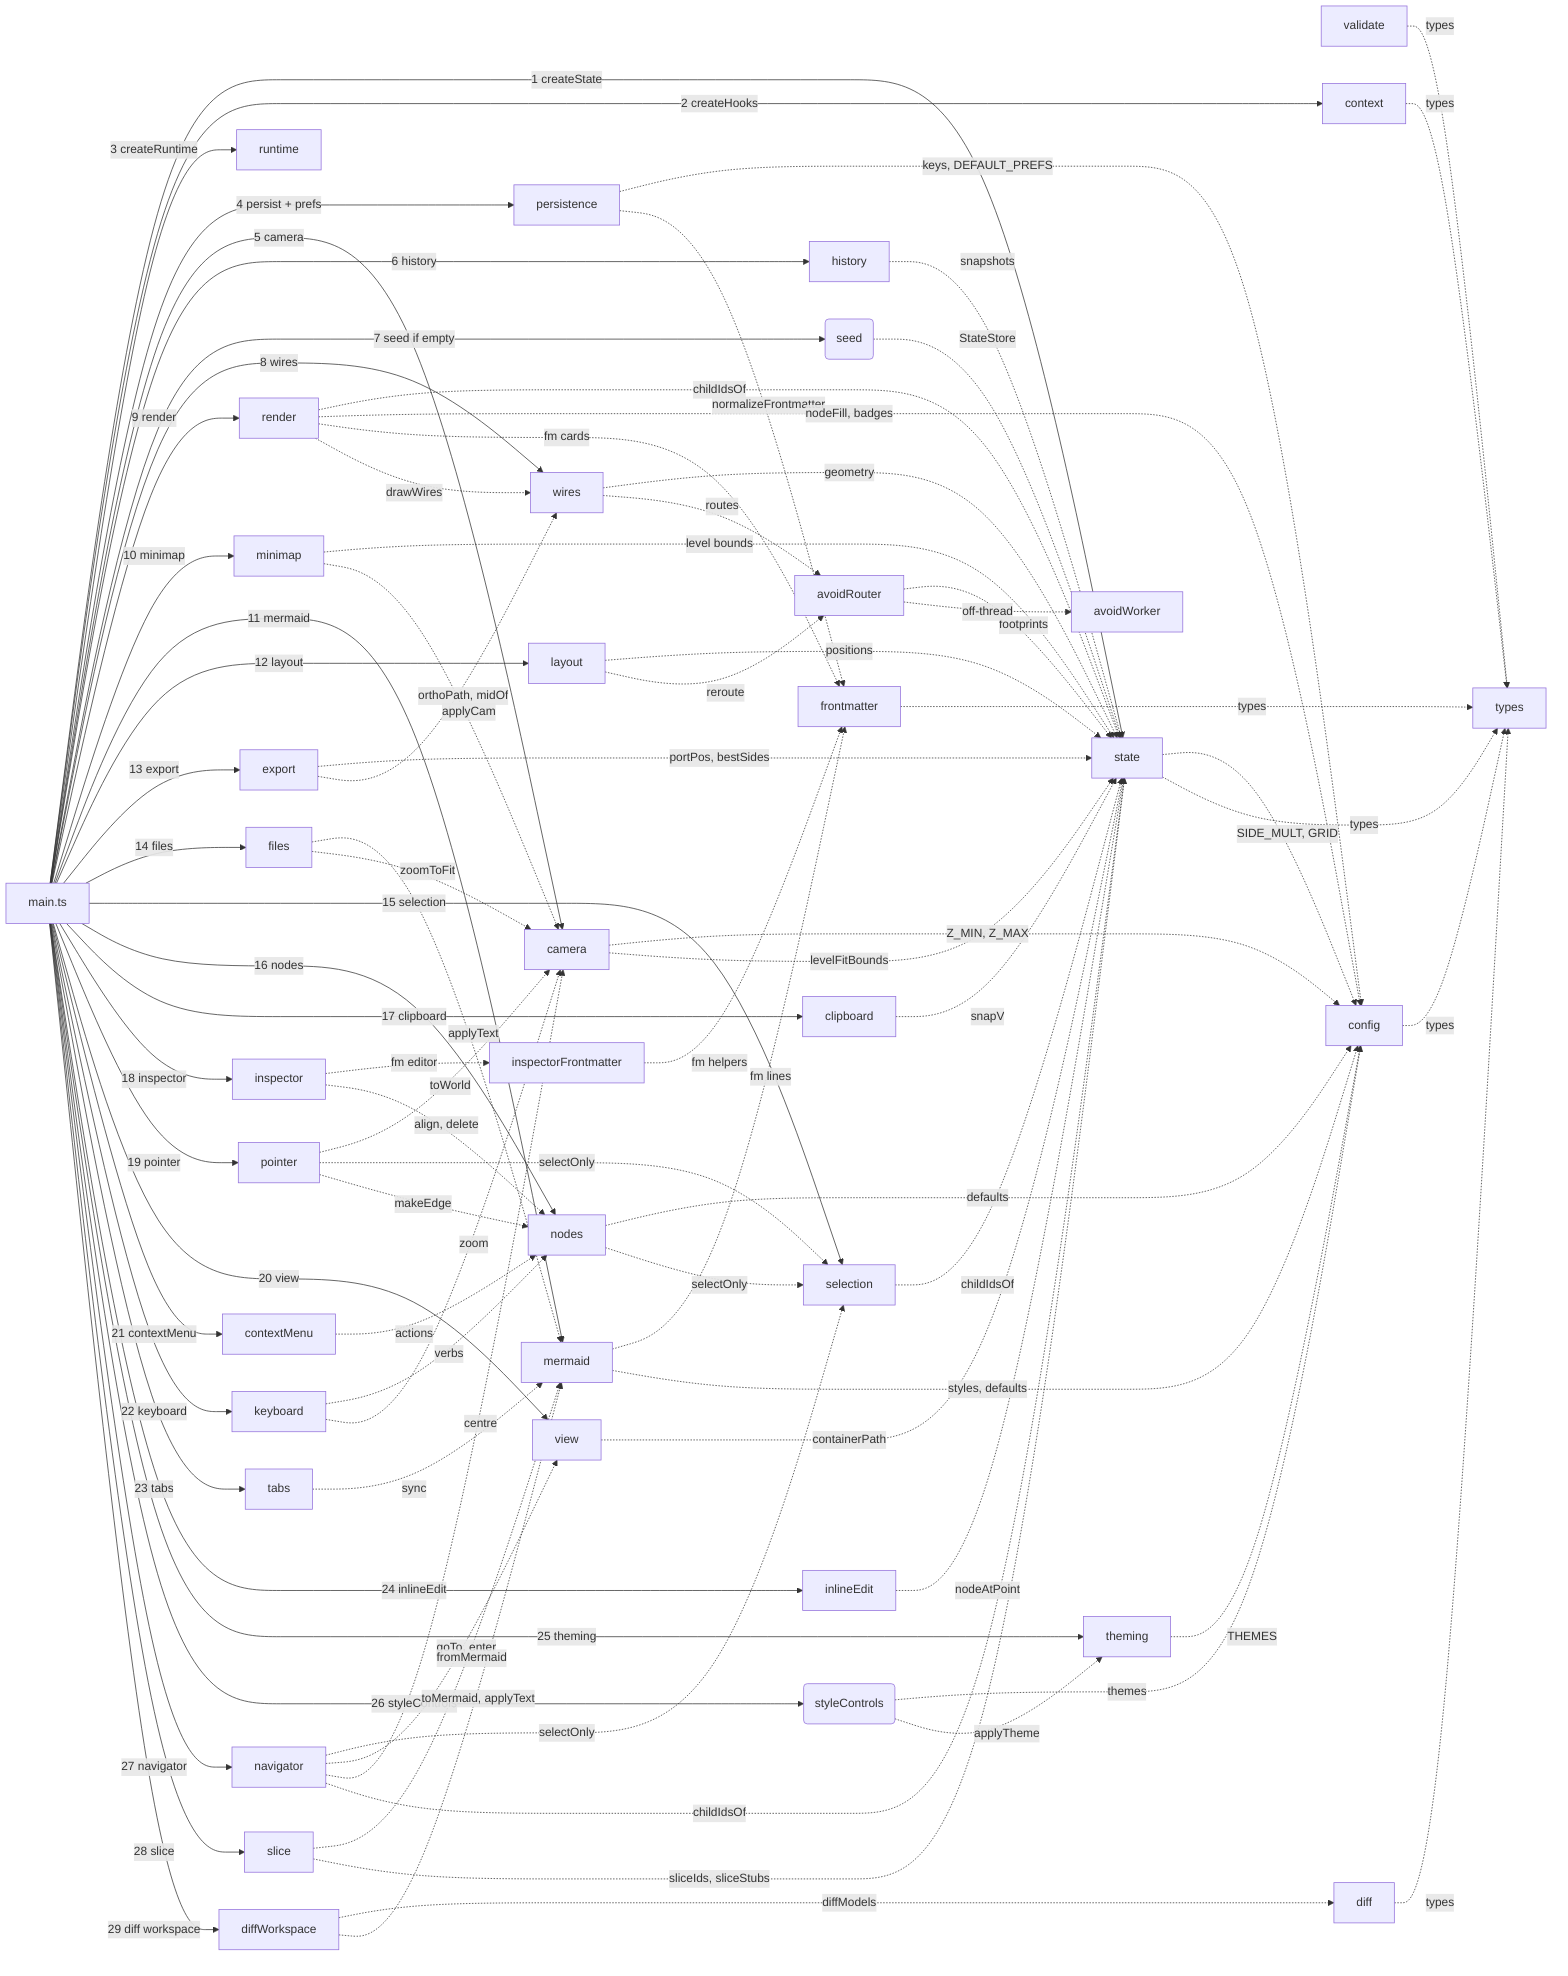
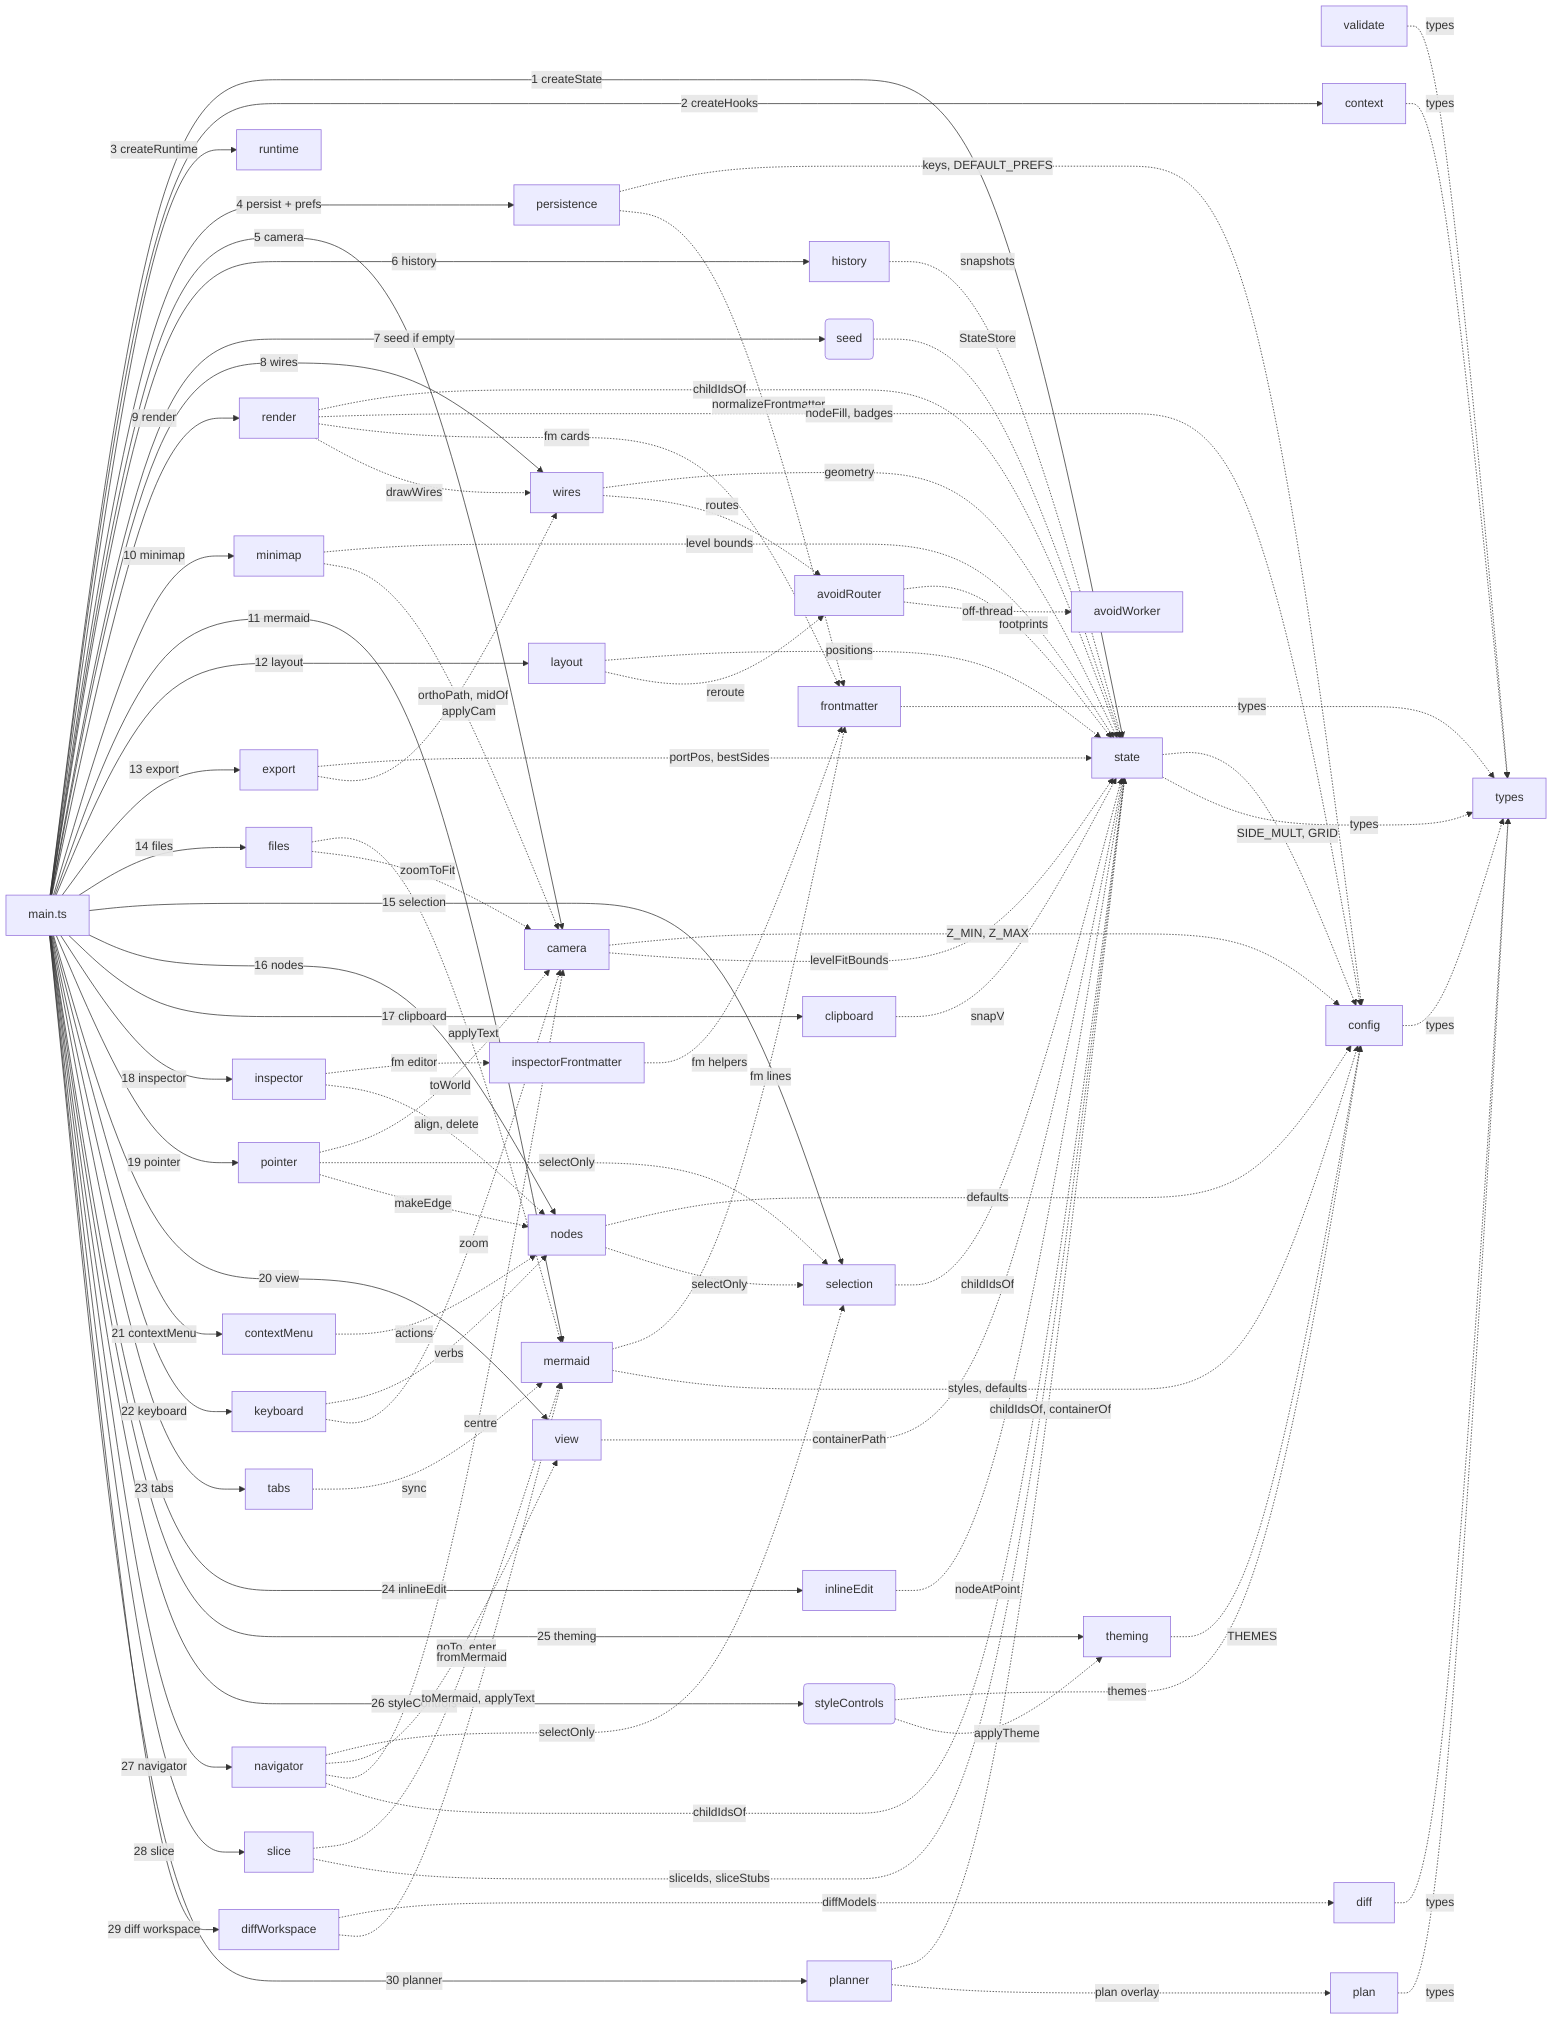
flowchart LR
%% root main

%% fm:meta main name=main
%% fm:meta main desc=composition root; builds AppContext, runs each initX in dependency order, wires hooks, boots
%% fm:meta state name=state
%% fm:meta state desc=the live diagram model (nodes, edges, selection, id counters) plus pure geometry + containment helpers
%% fm:meta frontmatter name=frontmatter
%% fm:meta frontmatter desc=per-node public-interface metadata; create, prune, serialize and parse to Mermaid %% lines
%% fm:meta validate name=validate
%% fm:meta validate desc=pure model integrity and serialize-parse round-trip checks; no DOM, types only
%% fm:meta history name=history
%% fm:meta history desc=bounded undo/redo stack of JSON model snapshots; restore writes back through hooks
%% fm:meta persistence name=persistence
%% fm:meta persistence desc=debounced autosave of model + camera to localStorage, plus load/save of Prefs
%% fm:meta camera name=camera
%% fm:meta camera desc=viewport pan and zoom transform; screen-to-world, applyCam, zoomAt, zoomToFit
%% fm:meta context name=context
%% fm:meta context desc=defines AppContext and the cross-module hook seam that breaks import cycles
%% fm:meta config name=config
%% fm:meta config desc=static lookup tables, palette, themes, fonts, zoom limits, storage keys plus tiny pure helpers
%% fm:meta types name=types
%% fm:meta types desc=shared domain types every module reads and writes; the vocabulary of the whole app
%% fm:meta runtime name=runtime
%% fm:meta runtime desc=tiny bag of transient interaction flags the render layer reads and interaction owns
%% fm:meta seed name=seed
%% fm:meta seed desc=first-run sample diagram, used only when there is no autosave to restore
%% fm:meta mermaid name=mermaid
%% fm:meta mermaid desc=two-way Mermaid text and model serializer/parser; the only module that knows the grammar
%% fm:meta layout name=layout
%% fm:meta layout desc=the Tidy automatic layered-tree layout; layers the spine and parks satellites
%% fm:meta exporter name=export
%% fm:meta exporter desc=build a standalone SVG from the model and export as a downloaded SVG or PNG
%% fm:meta files name=files
%% fm:meta files desc=save the diagram as a .mmd file and load a .mmd or bodies.json back in
%% fm:meta render name=render
%% fm:meta render desc=rebuild node DOM from the model each render; frontmatter cards, ports, drill affordance
%% fm:meta wires name=wires
%% fm:meta wires desc=draw all edges into the SVG layer plus the path geometry helpers reused by export
%% fm:meta avoidRouter name=avoidRouter
%% fm:meta avoidRouter desc=obstacle-avoiding orthogonal routing of reference edges via the libavoid WASM router
%% fm:meta minimap name=minimap
%% fm:meta minimap desc=paint the overview canvas and translate clicks and drags into camera moves
%% fm:meta avoidWorker name=avoidWorker
%% fm:meta avoidWorker desc=run the libavoid router in a dedicated worker so routing never blocks the main thread
%% fm:meta pointer name=pointer
%% fm:meta pointer desc=direct-manipulation on the canvas: drag, marquee, pan, resize, port-drag linking
%% fm:meta nodes name=nodes
%% fm:meta nodes desc=create/modify/destroy verbs on the model: addNode, makeEdge, deleteSelection, align, group
%% fm:meta selection name=selection
%% fm:meta selection desc=user-facing selection verbs that mutate sel then render and refresh the inspector
%% fm:meta clipboard name=clipboard
%% fm:meta clipboard desc=in-memory copy, paste with id remapping, and duplicate of the selection
%% fm:meta keyboard name=keyboard
%% fm:meta keyboard desc=global key and wheel handling: undo, clipboard, delete, nudge, quick-add, zoom, pan
%% fm:meta inlineEdit name=inlineEdit
%% fm:meta inlineEdit desc=double-click contenteditable label editing plus the dblclick drop-and-edit flow
%% fm:meta contextMenu name=contextMenu
%% fm:meta contextMenu desc=build and position the right-click menu with node or canvas actions
%% fm:meta view name=view
%% fm:meta view desc=own the current drill level and the verbs that change it, plus the breadcrumb
%% fm:meta inspector name=inspector
%% fm:meta inspector desc=render the right-hand property editor for a node, multi-selection, or an edge
%% fm:meta inspectorFrontmatter name=inspectorFrontmatter
%% fm:meta inspectorFrontmatter desc=render and wire the frontmatter editor for a single selected node
%% fm:meta tabs name=tabs
%% fm:meta tabs desc=switch the right panel between panes, collapse it, and show transient toasts
%% fm:meta styleControls name=styleControls
%% fm:meta styleControls desc=build and wire the Style tab: theme chips, font, toggles, routing select
%% fm:meta theming name=theming
%% fm:meta theming desc=translate prefs into live CSS variables and canvas state at runtime
%% fm:meta diff name=diff
%% fm:meta diff desc=compare two parsed models and compute the semantic delta: added, removed and changed nodes and edges
%% fm:meta navigator name=navigator
%% fm:meta navigator desc=searchable, filterable node list; click a row to drill, select and centre the camera
%% fm:meta slice name=slice
%% fm:meta slice desc=show a self-contained mmd of the selected node's neighbourhood, with a Copy button
%% fm:meta diffWorkspace name=diffWorkspace
%% fm:meta diffWorkspace desc=full-screen diff overlay: snapshot, paste a proposal, diff via diffModels, view four ways, apply
+ %% fm:meta plan name=plan
+ %% fm:meta plan desc=build-plan overlay model (pure): status/intent/phase changes keyed on real nodes/edges, plus blast-radius and coherence helpers
+ %% fm:meta planner name=planner
+ %% fm:meta planner desc=full-screen build-plan review surface: status overlay on the real map, tri-pane sync, accept/reject with dependency coherence, gated export to buildspec

%% kind main module
%% kind state module
%% kind frontmatter module
%% kind validate module
%% kind history module
%% kind persistence module
%% kind camera module
%% kind context module
%% kind config module
%% kind types module
%% kind runtime module
%% kind seed function
%% kind mermaid module
%% kind layout module
%% kind exporter module
%% kind files module
%% kind render module
%% kind wires module
%% kind avoidRouter module
%% kind minimap module
%% kind avoidWorker module
%% kind pointer module
%% kind nodes module
%% kind selection module
%% kind clipboard module
%% kind keyboard module
%% kind inlineEdit module
%% kind contextMenu module
%% kind view module
%% kind inspector module
%% kind inspectorFrontmatter module
%% kind tabs module
%% kind styleControls function
%% kind theming module
%% kind diff module
%% kind navigator module
%% kind slice module
%% kind diffWorkspace module
+ %% kind plan module
+ %% kind planner module

  main["main.ts"]
  state["state"]
  frontmatter["frontmatter"]
  validate["validate"]
  history["history"]
  persistence["persistence"]
  camera["camera"]
  context["context"]
  config["config"]
  types["types"]
  runtime["runtime"]
  seed("seed")
  mermaid["mermaid"]
  layout["layout"]
  exporter["export"]
  files["files"]
  render["render"]
  wires["wires"]
  avoidRouter["avoidRouter"]
  minimap["minimap"]
  avoidWorker["avoidWorker"]
  pointer["pointer"]
  nodes["nodes"]
  selection["selection"]
  clipboard["clipboard"]
  keyboard["keyboard"]
  inlineEdit["inlineEdit"]
  contextMenu["contextMenu"]
  view["view"]
  inspector["inspector"]
  inspectorFrontmatter["inspectorFrontmatter"]
  tabs["tabs"]
  styleControls("styleControls")
  theming["theming"]
  diff["diff"]
  navigator["navigator"]
  slice["slice"]
  diffWorkspace["diffWorkspace"]
+   plan["plan"]
+   planner["planner"]

  main -->|1 createState| state
  main -->|2 createHooks| context
  main -->|3 createRuntime| runtime
  main -->|4 persist + prefs| persistence
  main -->|5 camera| camera
  main -->|6 history| history
  main -->|7 seed if empty| seed
  main -->|8 wires| wires
  main -->|9 render| render
  main -->|10 minimap| minimap
  main -->|11 mermaid| mermaid
  main -->|12 layout| layout
  main -->|13 export| exporter
  main -->|14 files| files
  main -->|15 selection| selection
  main -->|16 nodes| nodes
  main -->|17 clipboard| clipboard
  main -->|18 inspector| inspector
  main -->|19 pointer| pointer
  main -->|20 view| view
  main -->|21 contextMenu| contextMenu
  main -->|22 keyboard| keyboard
  main -->|23 tabs| tabs
  main -->|24 inlineEdit| inlineEdit
  main -->|25 theming| theming
  main -->|26 styleControls| styleControls
  config -.->|types| types
  state -.->|SIDE_MULT, GRID| config
  state -.->|types| types
  camera -.->|Z_MIN, Z_MAX| config
  camera -.->|levelFitBounds| state
  persistence -.->|keys, DEFAULT_PREFS| config
  persistence -.->|normalizeFrontmatter| frontmatter
  history -.->|snapshots| state
  frontmatter -.->|types| types
  validate -.->|types| types
  seed -.->|StateStore| state
  context -.->|types| types
  render -.->|childIdsOf| state
  render -.->|nodeFill, badges| config
  render -.->|fm cards| frontmatter
  render -.->|drawWires| wires
  wires -.->|geometry| state
  wires -.->|routes| avoidRouter
  avoidRouter -.->|footprints| state
  avoidRouter -.->|off-thread| avoidWorker
  layout -.->|positions| state
  layout -.->|reroute| avoidRouter
  minimap -.->|level bounds| state
  minimap -.->|applyCam| camera
  mermaid -.->|fm lines| frontmatter
  mermaid -.->|styles, defaults| config
  exporter -.->|portPos, bestSides| state
  exporter -.->|orthoPath, midOf| wires
  files -.->|applyText| mermaid
  files -.->|zoomToFit| camera
  pointer -.->|toWorld| camera
  pointer -.->|selectOnly| selection
  pointer -.->|makeEdge| nodes
  nodes -.->|defaults| config
  nodes -.->|selectOnly| selection
  selection -.->|childIdsOf| state
  clipboard -.->|snapV| state
  keyboard -.->|verbs| nodes
  keyboard -.->|zoom| camera
  inlineEdit -.->|nodeAtPoint| state
  contextMenu -.->|actions| nodes
  view -.->|containerPath| state
  inspector -.->|fm editor| inspectorFrontmatter
  inspector -.->|align, delete| nodes
  inspectorFrontmatter -.->|fm helpers| frontmatter
  tabs -.->|sync| mermaid
  styleControls -.->|themes| config
  styleControls -.->|applyTheme| theming
  theming -.->|THEMES| config
  main -->|27 navigator| navigator
  main -->|28 slice| slice
  main -->|29 diff workspace| diffWorkspace
  diff -.->|types| types
  diffWorkspace -.->|diffModels| diff
  diffWorkspace -.->|toMermaid, applyText| mermaid
  navigator -.->|selectOnly| selection
  navigator -.->|goTo, enter| view
  navigator -.->|centre| camera
  navigator -.->|childIdsOf| state
  slice -.->|fromMermaid| mermaid
  slice -.->|sliceIds, sliceStubs| state
+   main -->|30 planner| planner
+   plan -.->|types| types
+   planner -.->|childIdsOf, containerOf| state
+   planner -.->|plan overlay| plan
